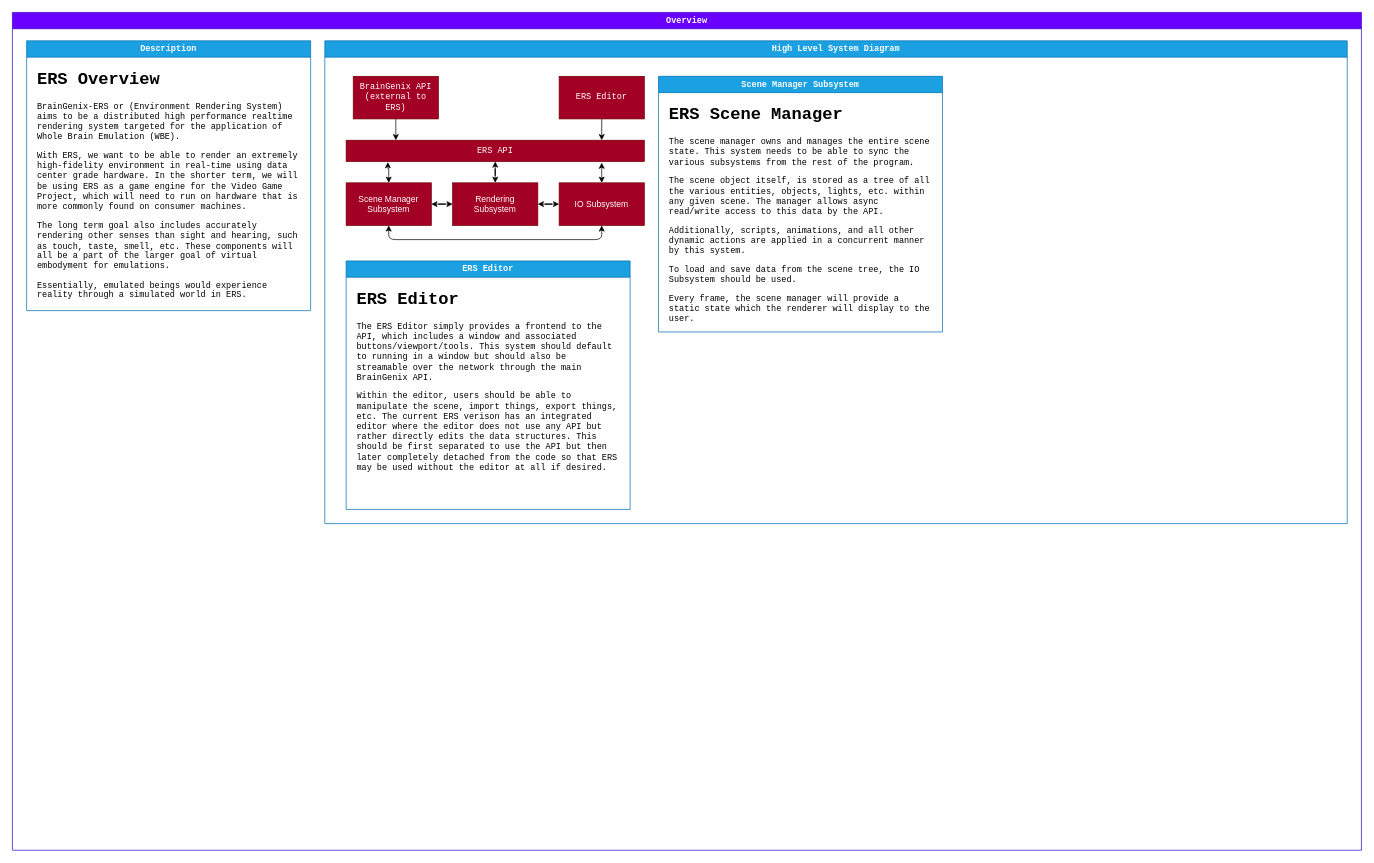
This is page "Page-1" (1 of 3) of Docs/Block-Diagram/ERS.drawio from carboncopies/BrainGenix-ERS, a draw.io file, before an edit. Source tidied: cells renumbered, new cells numbered last; positions are measured from the earlier drawing's top-left corner, leaving out a move shared by most shapes. Both pictures are drawn from the tidied source at 71%, with x=0, y=0 at pixel (12, 12).
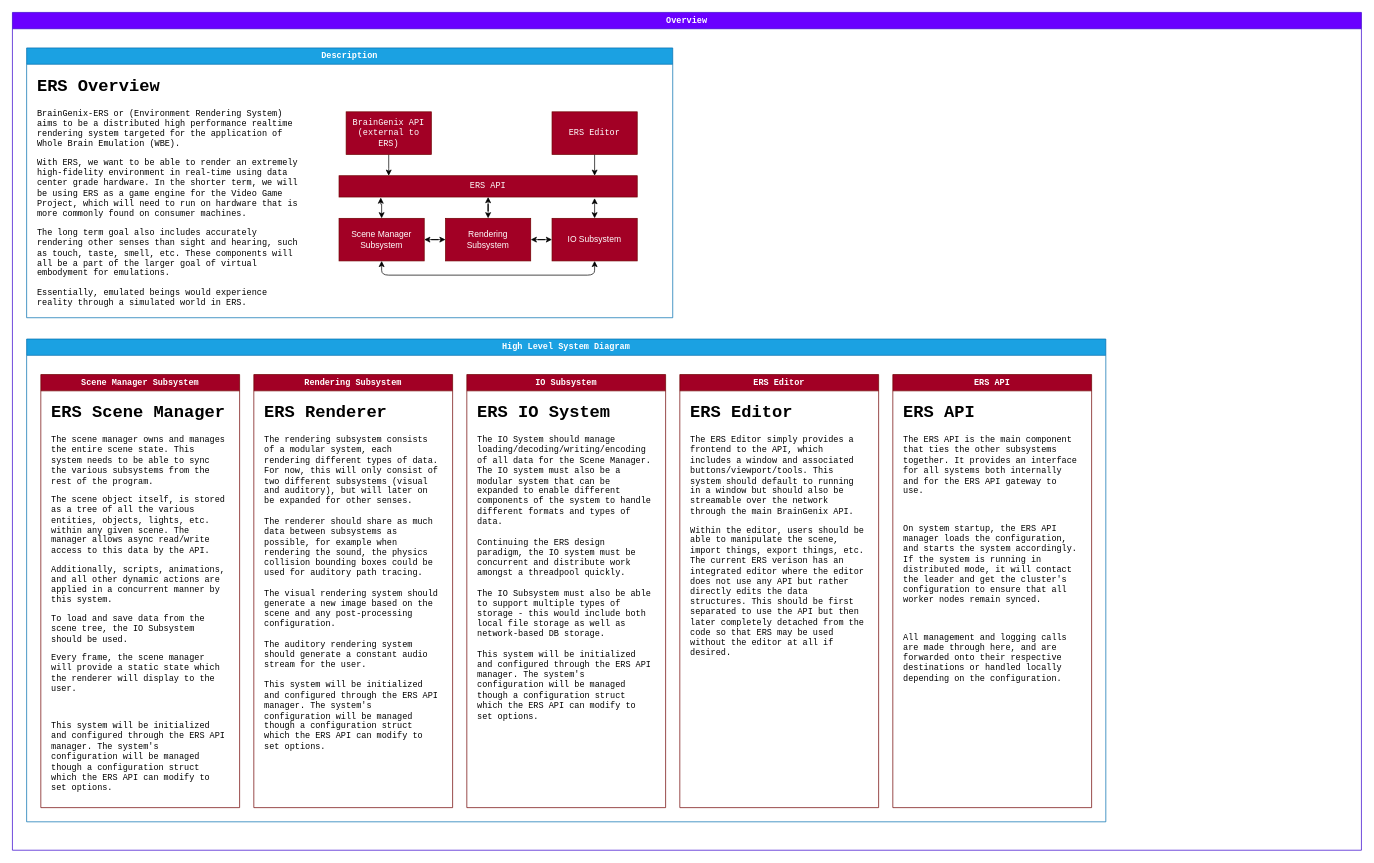
After the change.

Commit message (it also covers changes not shown here):
Update ERS block diagrams

The change refers to these unchanged cells:
```xml
<mxCell id="2" value="Overview" style="swimlane;whiteSpace=wrap;html=1;fillColor=#6a00ff;fontColor=#ffffff;strokeColor=#3700CC;fontFamily=Courier New;" parent="1" vertex="1">
  <mxGeometry width="1900" height="1180" as="geometry" />
</mxCell>
```

Change to the diagram source:
```diff
@@
+    <mxCell id="5" value="High Level System Diagram" style="swimlane;whiteSpace=wrap;html=1;fillColor=#1ba1e2;fontColor=#ffffff;strokeColor=#006EAF;fontFamily=Courier New;" parent="2" vertex="1">
+      <mxGeometry x="20" y="460" width="1520" height="680" as="geometry" />
+    </mxCell>
+    <mxCell id="20" value="ERS Editor" style="swimlane;whiteSpace=wrap;html=1;rounded=0;strokeColor=#6F0000;fontFamily=Courier New;fontSize=12;fontColor=#ffffff;startSize=23;fillColor=#a20025;" parent="5" vertex="1">
+      <mxGeometry x="920" y="50" width="280" height="610" as="geometry" />
+    </mxCell>
+    <mxCell id="21" value="&lt;h1&gt;ERS Editor&lt;/h1&gt;&lt;p&gt;The ERS Editor simply provides a frontend to the API, which includes a window and associated buttons/viewport/tools. This system should default to running in a window but should also be streamable over the network through the main BrainGenix API.&lt;/p&gt;&lt;p&gt;Within the editor, users should be able to manipulate the scene, import things, export things, etc. The current ERS verison has an integrated editor where the editor does not use any API but rather directly edits the data structures. This should be first separated to use the API but then later completely detached from the code so that ERS may be used without the editor at all if desired.&lt;/p&gt;" style="text;html=1;strokeColor=none;fillColor=none;spacing=5;spacingTop=-20;whiteSpace=wrap;overflow=hidden;rounded=0;fontFamily=Courier New;" parent="20" vertex="1">
+      <mxGeometry x="10" y="35" width="260" height="565" as="geometry" />
+    </mxCell>
+    <mxCell id="22" value="Scene Manager Subsystem" style="swimlane;whiteSpace=wrap;html=1;rounded=0;strokeColor=#6F0000;fontFamily=Courier New;fontSize=12;fontColor=#ffffff;startSize=23;fillColor=#a20025;" parent="5" vertex="1">
+      <mxGeometry x="20" y="50" width="280" height="610" as="geometry" />
+    </mxCell>
+    <mxCell id="23" value="&lt;h1&gt;ERS Scene Manager&lt;/h1&gt;&lt;p&gt;The scene manager owns and manages the entire scene state. This system needs to be able to sync the various subsystems from the rest of the program.&amp;nbsp;&lt;/p&gt;&lt;p&gt;The scene object itself, is stored as a tree of all the various entities, objects, lights, etc. within any given scene. The manager allows async read/write access to this data by the API.&lt;/p&gt;&lt;p&gt;Additionally, scripts, animations, and all other dynamic actions are applied in a concurrent manner by this system.&lt;/p&gt;&lt;p&gt;To load and save data from the scene tree, the IO Subsystem should be used.&lt;/p&gt;&lt;p&gt;Every frame, the scene manager will provide a static state which the renderer will display to the user.&lt;/p&gt;&lt;p&gt;&lt;br&gt;&lt;/p&gt;&lt;p&gt;This system will be initialized and configured through the ERS API manager. The system's configuration will be managed though a configuration struct which the ERS API can modify to set options.&lt;br&gt;&lt;/p&gt;" style="text;html=1;strokeColor=none;fillColor=none;spacing=5;spacingTop=-20;whiteSpace=wrap;overflow=hidden;rounded=0;fontFamily=Courier New;" parent="22" vertex="1">
+      <mxGeometry x="10" y="35" width="260" height="565" as="geometry" />
+    </mxCell>
+    <mxCell id="24" value="Rendering Subsystem" style="swimlane;whiteSpace=wrap;html=1;rounded=0;strokeColor=#6F0000;fontFamily=Courier New;fontSize=12;fontColor=#ffffff;startSize=23;fillColor=#a20025;" parent="5" vertex="1">
+      <mxGeometry x="320" y="50" width="280" height="610" as="geometry" />
+    </mxCell>
+    <mxCell id="25" value="&lt;h1&gt;ERS Renderer&lt;br&gt;&lt;/h1&gt;&lt;div&gt;The rendering subsystem consists of a modular system, each rendering different types of data. For now, this will only consist of two different subsystems (visual and auditory), but will later on be expanded for other senses.&lt;/div&gt;&lt;div&gt;&lt;br&gt;&lt;/div&gt;&lt;div&gt;The renderer should share as much data between subsystems as possible, for example when rendering the sound, the physics collision bounding boxes could be used for auditory path tracing.&lt;/div&gt;&lt;div&gt;&lt;br&gt;&lt;/div&gt;&lt;div&gt;The visual rendering system should generate a new image based on the scene and any post-processing configuration.&lt;/div&gt;&lt;div&gt;&lt;br&gt;&lt;/div&gt;&lt;div&gt;The auditory rendering system should generate a constant audio stream for the user.&lt;/div&gt;&lt;div&gt;&lt;br&gt;&lt;/div&gt;&lt;div&gt;This system will be initialized and configured through the ERS API manager. The system's configuration will be managed though a configuration struct which the ERS API can modify to set options.&lt;br&gt;&lt;/div&gt;" style="text;html=1;strokeColor=none;fillColor=none;spacing=5;spacingTop=-20;whiteSpace=wrap;overflow=hidden;rounded=0;fontFamily=Courier New;" parent="24" vertex="1">
+      <mxGeometry x="10" y="35" width="260" height="565" as="geometry" />
+    </mxCell>
+    <mxCell id="26" value="IO Subsystem" style="swimlane;whiteSpace=wrap;html=1;rounded=0;strokeColor=#6F0000;fontFamily=Courier New;fontSize=12;fontColor=#ffffff;startSize=23;fillColor=#a20025;" parent="5" vertex="1">
+      <mxGeometry x="620" y="50" width="280" height="610" as="geometry" />
+    </mxCell>
+    <mxCell id="27" value="&lt;h1&gt;ERS IO System&lt;br&gt;&lt;/h1&gt;&lt;div&gt;&lt;div&gt;The IO System should manage loading/decoding/writing/encoding of all data for the Scene Manager. The IO system must also be a modular system that can be expanded to enable different components of the system to handle different formats and types of data.&lt;/div&gt;&lt;/div&gt;&lt;div&gt;&lt;br&gt;&lt;/div&gt;&lt;div&gt;Continuing the ERS design paradigm, the IO system must be concurrent and distribute work amongst a threadpool quickly.&lt;/div&gt;&lt;div&gt;&lt;br&gt;&lt;/div&gt;&lt;div&gt;The IO Subsystem must also be able to support multiple types of storage - this would include both local file storage as well as network-based DB storage.&lt;/div&gt;&lt;div&gt;&lt;br&gt;&lt;/div&gt;&lt;div&gt;This system will be initialized and configured through the ERS API manager. The system's configuration will be managed though a configuration struct which the ERS API can modify to set options.&lt;/div&gt;" style="text;html=1;strokeColor=none;fillColor=none;spacing=5;spacingTop=-20;whiteSpace=wrap;overflow=hidden;rounded=0;fontFamily=Courier New;" parent="26" vertex="1">
+      <mxGeometry x="10" y="35" width="260" height="565" as="geometry" />
+    </mxCell>
+    <mxCell id="28" value="ERS API" style="swimlane;whiteSpace=wrap;html=1;rounded=0;strokeColor=#6F0000;fontFamily=Courier New;fontSize=12;fontColor=#ffffff;startSize=23;fillColor=#a20025;" parent="5" vertex="1">
+      <mxGeometry x="1220" y="50" width="280" height="610" as="geometry" />
+    </mxCell>
+    <mxCell id="29" value="&lt;h1&gt;ERS API&lt;/h1&gt;&lt;p&gt;The ERS API is the main component that ties the other subsystems together. It provides an interface for all systems both internally and for the ERS API gateway to use.&lt;/p&gt;&lt;p&gt;&lt;br&gt;&lt;/p&gt;&lt;p&gt;On system startup, the ERS API manager loads the configuration, and starts the system accordingly. If the system is running in distributed mode, it will contact the leader and get the cluster's configuration to ensure that all worker nodes remain synced.&lt;/p&gt;&lt;p&gt;&lt;span style=&quot;background-color: initial;&quot;&gt;&lt;br&gt;&lt;/span&gt;&lt;/p&gt;&lt;p&gt;&lt;span style=&quot;background-color: initial;&quot;&gt;All management and logging calls are made through here, and are forwarded onto their respective destinations or handled locally depending on the configuration.&lt;/span&gt;&lt;span style=&quot;background-color: initial;&quot;&gt;&amp;nbsp;&lt;/span&gt;&lt;/p&gt;" style="text;html=1;strokeColor=none;fillColor=none;spacing=5;spacingTop=-20;whiteSpace=wrap;overflow=hidden;rounded=0;fontFamily=Courier New;" parent="28" vertex="1">
+      <mxGeometry x="10" y="35" width="260" height="565" as="geometry" />
+    </mxCell>
     <mxCell id="3" value="Description" style="swimlane;whiteSpace=wrap;html=1;rounded=0;strokeColor=#006EAF;fontFamily=Courier New;fontSize=12;fontColor=#ffffff;startSize=23;fillColor=#1ba1e2;" parent="2" vertex="1">
-      <mxGeometry x="20" y="40" width="400" height="380" as="geometry" />
+      <mxGeometry x="20" y="50" width="910" height="380" as="geometry" />
     </mxCell>
@@
-    <mxCell id="5" value="High Level System Diagram" style="swimlane;whiteSpace=wrap;html=1;fillColor=#1ba1e2;fontColor=#ffffff;strokeColor=#006EAF;fontFamily=Courier New;" parent="2" vertex="1">
-      <mxGeometry x="440" y="40" width="1440" height="680" as="geometry" />
-    </mxCell>
-    <mxCell id="6" value="ERS API" style="rounded=0;whiteSpace=wrap;html=1;fillColor=#a20025;fontColor=#ffffff;strokeColor=#6F0000;fontFamily=Courier New;" parent="5" vertex="1">
-      <mxGeometry x="30" y="140" width="420" height="30" as="geometry" />
+    <mxCell id="6" value="ERS API" style="rounded=0;whiteSpace=wrap;html=1;fillColor=#a20025;fontColor=#ffffff;strokeColor=#6F0000;fontFamily=Courier New;" parent="3" vertex="1">
+      <mxGeometry x="440" y="180" width="420" height="30" as="geometry" />
     </mxCell>
-    <mxCell id="7" style="edgeStyle=orthogonalEdgeStyle;rounded=0;jettySize=auto;html=1;" parent="5" edge="1" source="8">
+    <mxCell id="7" style="edgeStyle=orthogonalEdgeStyle;rounded=0;jettySize=auto;html=1;" parent="3" edge="1" source="8">
       <mxGeometry relative="1" as="geometry">
-        <mxPoint x="390" y="140" as="targetPoint" />
+        <mxPoint x="800" y="180" as="targetPoint" />
         <Array as="points">
-          <mxPoint x="390" y="140" />
+          <mxPoint x="800" y="180" />
         </Array>
       </mxGeometry>
     </mxCell>
-    <mxCell id="8" value="ERS Editor" style="rounded=0;whiteSpace=wrap;html=1;fillColor=#a20025;fontColor=#ffffff;strokeColor=#6F0000;fontFamily=Courier New;" parent="5" vertex="1">
-      <mxGeometry x="330" y="50" width="120" height="60" as="geometry" />
+    <mxCell id="8" value="ERS Editor" style="rounded=0;whiteSpace=wrap;html=1;fillColor=#a20025;fontColor=#ffffff;strokeColor=#6F0000;fontFamily=Courier New;" parent="3" vertex="1">
+      <mxGeometry x="740" y="90" width="120" height="60" as="geometry" />
     </mxCell>
-    <mxCell id="9" style="edgeStyle=orthogonalEdgeStyle;rounded=0;jettySize=auto;html=1;" parent="5" edge="1" source="10">
+    <mxCell id="9" style="edgeStyle=orthogonalEdgeStyle;rounded=0;jettySize=auto;html=1;" parent="3" edge="1" source="10">
       <mxGeometry relative="1" as="geometry">
-        <mxPoint x="100" y="140" as="targetPoint" />
+        <mxPoint x="510" y="180" as="targetPoint" />
       </mxGeometry>
     </mxCell>
-    <mxCell id="10" value="BrainGenix API (external to ERS)" style="rounded=0;whiteSpace=wrap;html=1;fillColor=#a20025;fontColor=#ffffff;strokeColor=#6F0000;fontFamily=Courier New;" parent="5" vertex="1">
-      <mxGeometry x="40" y="50" width="120" height="60" as="geometry" />
+    <mxCell id="10" value="BrainGenix API (external to ERS)" style="rounded=0;whiteSpace=wrap;html=1;fillColor=#a20025;fontColor=#ffffff;strokeColor=#6F0000;fontFamily=Courier New;" parent="3" vertex="1">
+      <mxGeometry x="450" y="90" width="120" height="60" as="geometry" />
     </mxCell>
-    <mxCell id="11" style="edgeStyle=orthogonalEdgeStyle;rounded=0;jettySize=auto;html=1;entryX=0.14;entryY=1.026;entryDx=0;entryDy=0;entryPerimeter=0;startArrow=classic;startFill=1;" parent="5" edge="1" source="13" target="6">
+    <mxCell id="11" style="edgeStyle=orthogonalEdgeStyle;rounded=0;jettySize=auto;html=1;entryX=0.14;entryY=1.026;entryDx=0;entryDy=0;entryPerimeter=0;startArrow=classic;startFill=1;" parent="3" edge="1" source="13" target="6">
       <mxGeometry relative="1" as="geometry" />
     </mxCell>
-    <mxCell id="12" style="edgeStyle=orthogonalEdgeStyle;rounded=0;jettySize=auto;html=1;entryX=0;entryY=0.5;entryDx=0;entryDy=0;startArrow=classic;startFill=1;" parent="5" edge="1" source="13" target="15">
-      <mxGeometry relative="1" as="geometry" />
-    </mxCell>
-    <mxCell id="13" value="Scene Manager Subsystem" style="rounded=0;whiteSpace=wrap;html=1;fillColor=#a20025;fontColor=#ffffff;strokeColor=#6F0000;" parent="5" vertex="1">
-      <mxGeometry x="30" y="200" width="120" height="60" as="geometry" />
+    <mxCell id="13" value="Scene Manager Subsystem" style="rounded=0;whiteSpace=wrap;html=1;fillColor=#a20025;fontColor=#ffffff;strokeColor=#6F0000;" parent="3" vertex="1">
+      <mxGeometry x="440" y="240" width="120" height="60" as="geometry" />
     </mxCell>
-    <mxCell id="14" style="edgeStyle=orthogonalEdgeStyle;rounded=0;jettySize=auto;html=1;entryX=0.5;entryY=1;entryDx=0;entryDy=0;startArrow=classic;startFill=1;" parent="5" edge="1" source="15" target="6">
+    <mxCell id="14" style="edgeStyle=orthogonalEdgeStyle;rounded=0;jettySize=auto;html=1;entryX=0.5;entryY=1;entryDx=0;entryDy=0;startArrow=classic;startFill=1;" parent="3" edge="1" source="15" target="6">
       <mxGeometry relative="1" as="geometry" />
     </mxCell>
-    <mxCell id="15" value="Rendering Subsystem" style="rounded=0;whiteSpace=wrap;html=1;fillColor=#a20025;fontColor=#ffffff;strokeColor=#6F0000;" parent="5" vertex="1">
-      <mxGeometry x="180" y="200" width="120" height="60" as="geometry" />
+    <mxCell id="15" value="Rendering Subsystem" style="rounded=0;whiteSpace=wrap;html=1;fillColor=#a20025;fontColor=#ffffff;strokeColor=#6F0000;" parent="3" vertex="1">
+      <mxGeometry x="590" y="240" width="120" height="60" as="geometry" />
     </mxCell>
+    <mxCell id="12" style="edgeStyle=orthogonalEdgeStyle;rounded=0;jettySize=auto;html=1;entryX=0;entryY=0.5;entryDx=0;entryDy=0;startArrow=classic;startFill=1;" parent="3" edge="1" source="13" target="15">
+      <mxGeometry relative="1" as="geometry" />
+    </mxCell>
-    <mxCell id="16" style="edgeStyle=orthogonalEdgeStyle;rounded=0;jettySize=auto;html=1;entryX=0.857;entryY=1.052;entryDx=0;entryDy=0;entryPerimeter=0;startArrow=classic;startFill=1;" parent="5" edge="1" source="19" target="6">
+    <mxCell id="16" style="edgeStyle=orthogonalEdgeStyle;rounded=0;jettySize=auto;html=1;entryX=0.857;entryY=1.052;entryDx=0;entryDy=0;entryPerimeter=0;startArrow=classic;startFill=1;" parent="3" edge="1" source="19" target="6">
       <mxGeometry relative="1" as="geometry" />
     </mxCell>
-    <mxCell id="17" style="edgeStyle=orthogonalEdgeStyle;rounded=0;jettySize=auto;html=1;entryX=1;entryY=0.5;entryDx=0;entryDy=0;startArrow=classic;startFill=1;" parent="5" edge="1" source="19" target="15">
+    <mxCell id="17" style="edgeStyle=orthogonalEdgeStyle;rounded=0;jettySize=auto;html=1;entryX=1;entryY=0.5;entryDx=0;entryDy=0;startArrow=classic;startFill=1;" parent="3" edge="1" source="19" target="15">
       <mxGeometry relative="1" as="geometry" />
     </mxCell>
-    <mxCell id="18" style="edgeStyle=orthogonalEdgeStyle;rounded=1;jettySize=auto;html=1;entryX=0.5;entryY=1;entryDx=0;entryDy=0;startArrow=classic;startFill=1;" parent="5" edge="1" source="19" target="13">
+    <mxCell id="18" style="edgeStyle=orthogonalEdgeStyle;rounded=1;jettySize=auto;html=1;entryX=0.5;entryY=1;entryDx=0;entryDy=0;startArrow=classic;startFill=1;" parent="3" edge="1" source="19" target="13">
       <mxGeometry relative="1" as="geometry">
         <Array as="points">
-          <mxPoint x="390" y="280" />
-          <mxPoint x="90" y="280" />
+          <mxPoint x="800" y="320" />
+          <mxPoint x="500" y="320" />
         </Array>
       </mxGeometry>
     </mxCell>
-    <mxCell id="19" value="IO Subsystem" style="rounded=0;whiteSpace=wrap;html=1;fillColor=#a20025;fontColor=#ffffff;strokeColor=#6F0000;" parent="5" vertex="1">
-      <mxGeometry x="330" y="200" width="120" height="60" as="geometry" />
+    <mxCell id="19" value="IO Subsystem" style="rounded=0;whiteSpace=wrap;html=1;fillColor=#a20025;fontColor=#ffffff;strokeColor=#6F0000;" parent="3" vertex="1">
+      <mxGeometry x="740" y="240" width="120" height="60" as="geometry" />
     </mxCell>
-    <mxCell id="20" value="ERS Editor" style="swimlane;whiteSpace=wrap;html=1;rounded=0;strokeColor=#006EAF;fontFamily=Courier New;fontSize=12;fontColor=#ffffff;startSize=23;fillColor=#1ba1e2;" parent="5" vertex="1">
-      <mxGeometry x="30" y="310" width="400" height="350" as="geometry" />
-    </mxCell>
-    <mxCell id="21" value="&lt;h1&gt;ERS Editor&lt;/h1&gt;&lt;p&gt;The ERS Editor simply provides a frontend to the API, which includes a window and associated buttons/viewport/tools. This system should default to running in a window but should also be streamable over the network through the main BrainGenix API.&lt;/p&gt;&lt;p&gt;Within the editor, users should be able to manipulate the scene, import things, export things, etc. The current ERS verison has an integrated editor where the editor does not use any API but rather directly edits the data structures. This should be first separated to use the API but then later completely detached from the code so that ERS may be used without the editor at all if desired.&lt;/p&gt;" style="text;html=1;strokeColor=none;fillColor=none;spacing=5;spacingTop=-20;whiteSpace=wrap;overflow=hidden;rounded=0;fontFamily=Courier New;" parent="20" vertex="1">
-      <mxGeometry x="10" y="35" width="380" height="305" as="geometry" />
-    </mxCell>
-    <mxCell id="22" value="Scene Manager Subsystem" style="swimlane;whiteSpace=wrap;html=1;rounded=0;strokeColor=#006EAF;fontFamily=Courier New;fontSize=12;fontColor=#ffffff;startSize=23;fillColor=#1ba1e2;" parent="5" vertex="1">
-      <mxGeometry x="470" y="50" width="400" height="360" as="geometry" />
-    </mxCell>
-    <mxCell id="23" value="&lt;h1&gt;ERS Scene Manager&lt;/h1&gt;&lt;p&gt;The scene manager owns and manages the entire scene state. This system needs to be able to sync the various subsystems from the rest of the program.&amp;nbsp;&lt;/p&gt;&lt;p&gt;The scene object itself, is stored as a tree of all the various entities, objects, lights, etc. within any given scene. The manager allows async read/write access to this data by the API.&lt;/p&gt;&lt;p&gt;Additionally, scripts, animations, and all other dynamic actions are applied in a concurrent manner by this system.&lt;/p&gt;&lt;p&gt;To load and save data from the scene tree, the IO Subsystem should be used.&lt;/p&gt;&lt;p&gt;Every frame, the scene manager will provide a static state which the renderer will display to the user.&lt;/p&gt;" style="text;html=1;strokeColor=none;fillColor=none;spacing=5;spacingTop=-20;whiteSpace=wrap;overflow=hidden;rounded=0;fontFamily=Courier New;" parent="22" vertex="1">
-      <mxGeometry x="10" y="35" width="380" height="315" as="geometry" />
-    </mxCell>
```
